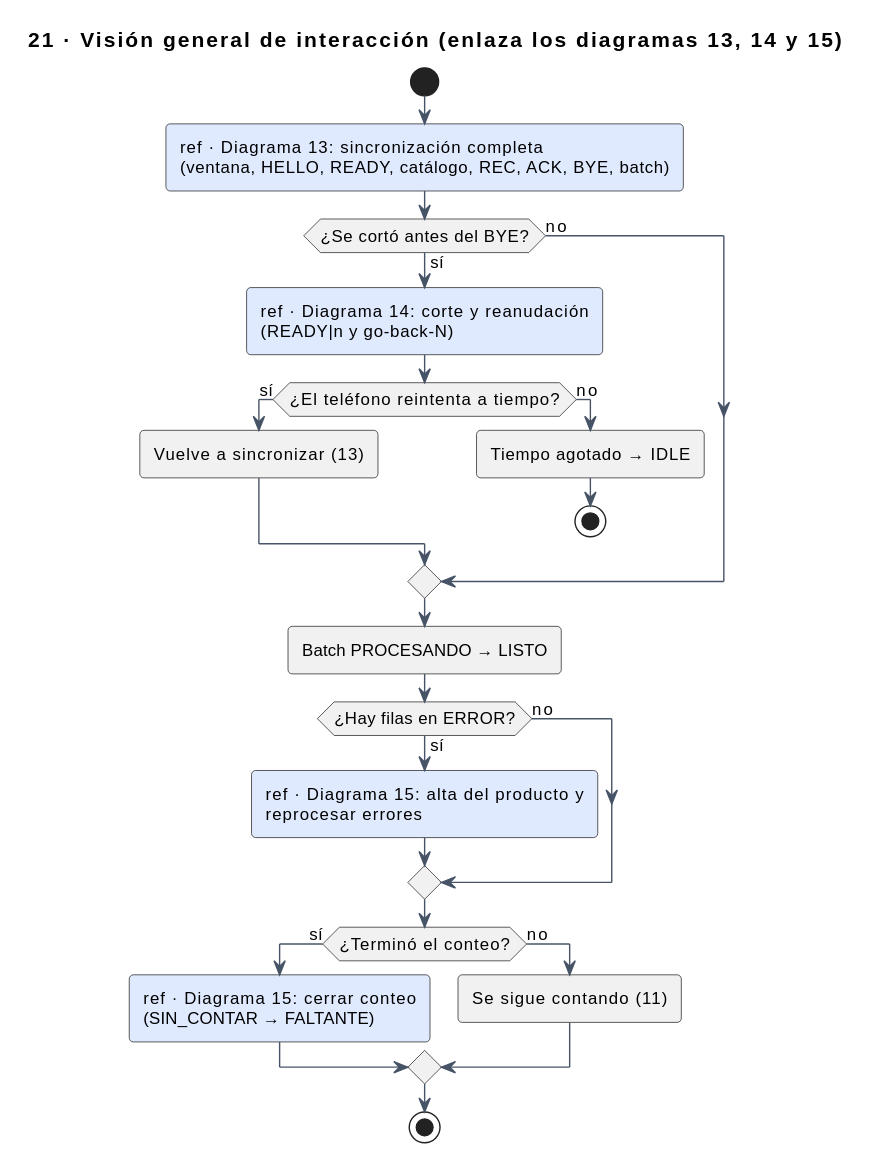
Above: docs/img/uml/21-vision-interaccion.svg in sebas-archive/kardex-bt (PlantUML), before the change.
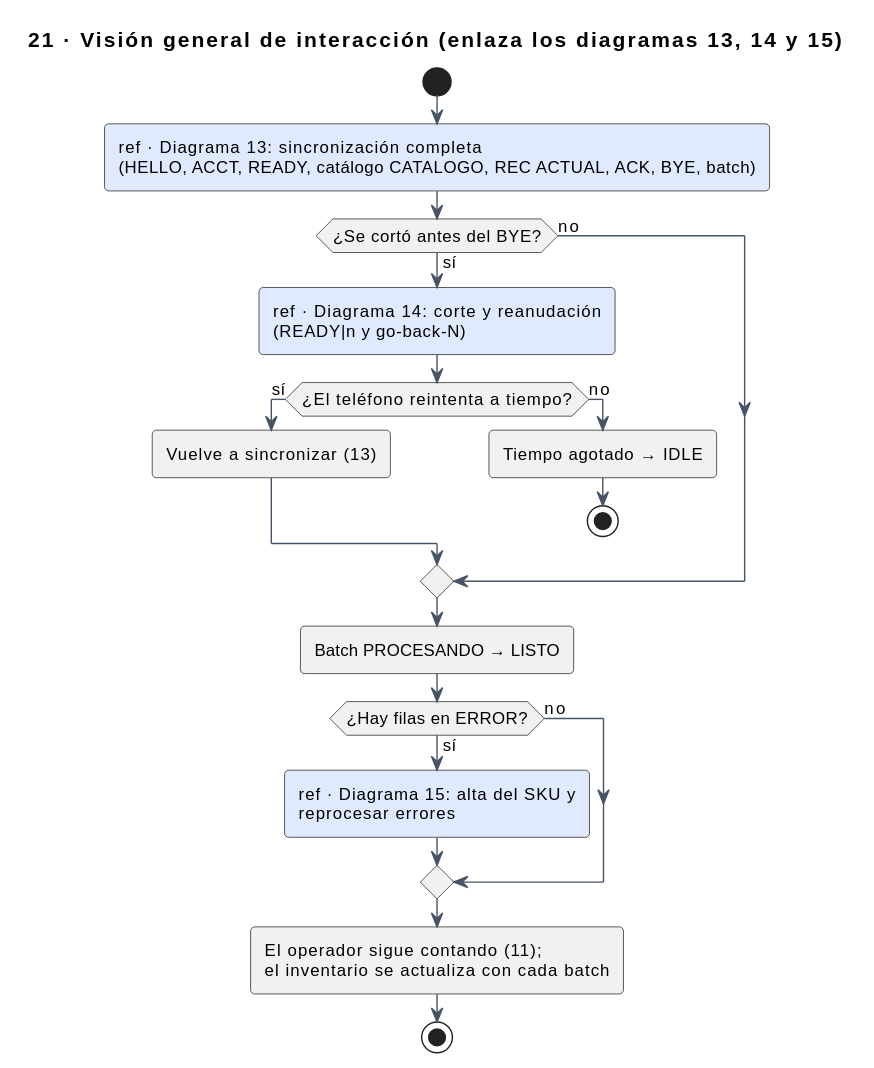
Later version of the same file.

Change to the diagram source:
```diff
@@ -2,7 +2,7 @@
 !include estilo.iuml
 title 21 · Visión general de interacción (enlaza los diagramas 13, 14 y 15)
 start
-#E0EAFF:ref · Diagrama 13: sincronización completa\n(ventana, HELLO, READY, catálogo, REC, ACK, BYE, batch);
+#E0EAFF:ref · Diagrama 13: sincronización completa\n(HELLO, ACCT, READY, catálogo CATALOGO, REC ACTUAL, ACK, BYE, batch);
 if (¿Se cortó antes del BYE?) then (sí)
   #E0EAFF:ref · Diagrama 14: corte y reanudación\n(READY|n y go-back-N);
   if (¿El teléfono reintenta a tiempo?) then (sí)
@@ -15,13 +15,9 @@
 endif
 :Batch PROCESANDO → LISTO;
 if (¿Hay filas en ERROR?) then (sí)
-  #E0EAFF:ref · Diagrama 15: alta del producto y\nreprocesar errores;
+  #E0EAFF:ref · Diagrama 15: alta del SKU y\nreprocesar errores;
 else (no)
 endif
-if (¿Terminó el conteo?) then (sí)
-  #E0EAFF:ref · Diagrama 15: cerrar conteo\n(SIN_CONTAR → FALTANTE);
-else (no)
-  :Se sigue contando (11);
-endif
+:El operador sigue contando (11);\nel inventario se actualiza con cada batch;
 stop
 @enduml
```
